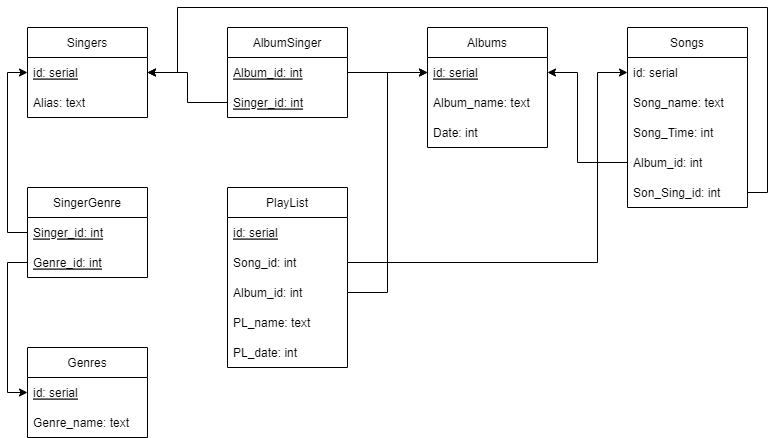
ManGitH/Music keeps this draw.io diagram as HW-2.png. Above is the earlier version. Source tidied: cells renumbered, new cells last; positions are measured from the earlier drawing's top-left corner, leaving out a move shared by most shapes.
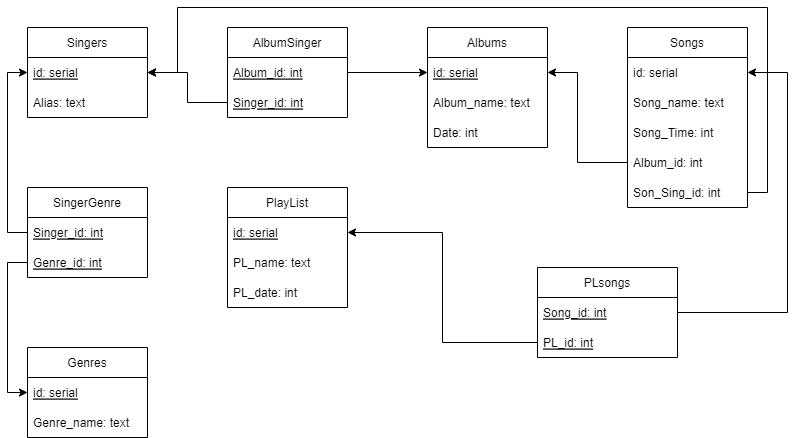
After the change.

What changed in the source:
```diff
@@ -99,33 +99,36 @@
       <mxGeometry relative="1" as="geometry" />
     </mxCell>
     <mxCell id="30" value="PlayList" style="swimlane;fontStyle=0;horizontal=1;startSize=30;" parent="1" vertex="1">
-      <mxGeometry x="200" y="180" width="120" height="180" as="geometry" />
+      <mxGeometry x="200" y="180" width="120" height="120" as="geometry" />
     </mxCell>
     <mxCell id="31" value="id: serial" style="text;strokeColor=none;fillColor=none;align=left;verticalAlign=middle;spacingLeft=4;spacingRight=4;overflow=hidden;points=[[0,0.5],[1,0.5]];portConstraint=eastwest;fontStyle=4;" parent="30" vertex="1">
       <mxGeometry y="30" width="120" height="30" as="geometry" />
     </mxCell>
-    <mxCell id="32" value="Song_id: int" style="text;strokeColor=none;fillColor=none;align=left;verticalAlign=middle;spacingLeft=4;spacingRight=4;overflow=hidden;points=[[0,0.5],[1,0.5]];portConstraint=eastwest;fontStyle=0;" parent="30" vertex="1">
-      <mxGeometry y="60" width="120" height="30" as="geometry" />
-    </mxCell>
-    <mxCell id="33" value="Album_id: int" style="text;strokeColor=none;fillColor=none;align=left;verticalAlign=middle;spacingLeft=4;spacingRight=4;overflow=hidden;points=[[0,0.5],[1,0.5]];portConstraint=eastwest;fontStyle=0;" parent="30" vertex="1">
-      <mxGeometry y="90" width="120" height="30" as="geometry" />
-    </mxCell>
     <mxCell id="34" value="PL_name: text" style="text;strokeColor=none;fillColor=none;align=left;verticalAlign=middle;spacingLeft=4;spacingRight=4;overflow=hidden;" parent="30" vertex="1">
-      <mxGeometry y="120" width="120" height="30" as="geometry" />
+      <mxGeometry y="60" width="120" height="30" as="geometry" />
     </mxCell>
     <mxCell id="35" value="PL_date: int" style="text;strokeColor=none;fillColor=none;align=left;verticalAlign=middle;spacingLeft=4;spacingRight=4;overflow=hidden;" parent="30" vertex="1">
-      <mxGeometry y="150" width="120" height="30" as="geometry" />
+      <mxGeometry y="90" width="120" height="30" as="geometry" />
     </mxCell>
+    <mxCell id="38" value="PLsongs" style="swimlane;fontStyle=0;horizontal=1;startSize=30;" parent="1" vertex="1">
+      <mxGeometry x="510" y="260" width="140" height="90" as="geometry" />
+    </mxCell>
+    <mxCell id="32" value="Song_id: int" style="text;strokeColor=none;fillColor=none;align=left;verticalAlign=middle;spacingLeft=4;spacingRight=4;overflow=hidden;points=[[0,0.5],[1,0.5]];portConstraint=eastwest;fontStyle=4;" parent="38" vertex="1">
+      <mxGeometry y="30" width="140" height="30" as="geometry" />
+    </mxCell>
+    <mxCell id="39" value="PL_id: int" style="text;strokeColor=none;fillColor=none;align=left;verticalAlign=middle;spacingLeft=4;spacingRight=4;overflow=hidden;points=[[0,0.5],[1,0.5]];portConstraint=eastwest;fontStyle=4;" parent="38" vertex="1">
+      <mxGeometry y="60" width="140" height="30" as="geometry" />
+    </mxCell>
-    <mxCell id="36" style="edgeStyle=orthogonalEdgeStyle;rounded=0;jettySize=auto;html=1;exitX=1;exitY=0.5;exitDx=0;exitDy=0;entryX=0;entryY=0.5;entryDx=0;entryDy=0;" parent="1" edge="1" source="32" target="10">
+    <mxCell id="36" style="edgeStyle=orthogonalEdgeStyle;rounded=0;jettySize=auto;html=1;exitX=1;exitY=0.5;exitDx=0;exitDy=0;entryX=1;entryY=0.5;entryDx=0;entryDy=0;" parent="1" edge="1" source="32" target="10">
       <mxGeometry relative="1" as="geometry">
         <Array as="points">
-          <mxPoint x="570" y="255" />
-          <mxPoint x="570" y="65" />
+          <mxPoint x="760" y="305" />
+          <mxPoint x="760" y="65" />
         </Array>
       </mxGeometry>
     </mxCell>
-    <mxCell id="37" style="edgeStyle=orthogonalEdgeStyle;rounded=0;jettySize=auto;html=1;exitX=1;exitY=0.5;exitDx=0;exitDy=0;entryX=0;entryY=0.5;entryDx=0;entryDy=0;" parent="1" edge="1" source="33" target="6">
-      <mxGeometry relative="1" as="geometry" />
-    </mxCell>
+    <mxCell id="40" style="edgeStyle=orthogonalEdgeStyle;rounded=0;jettySize=auto;html=1;exitX=0;exitY=0.5;exitDx=0;exitDy=0;entryX=1;entryY=0.5;entryDx=0;entryDy=0;" parent="1" edge="1" source="39" target="31">
+      <mxGeometry relative="1" as="geometry" />
+    </mxCell>
   </root>
 </mxGraphModel>
```
